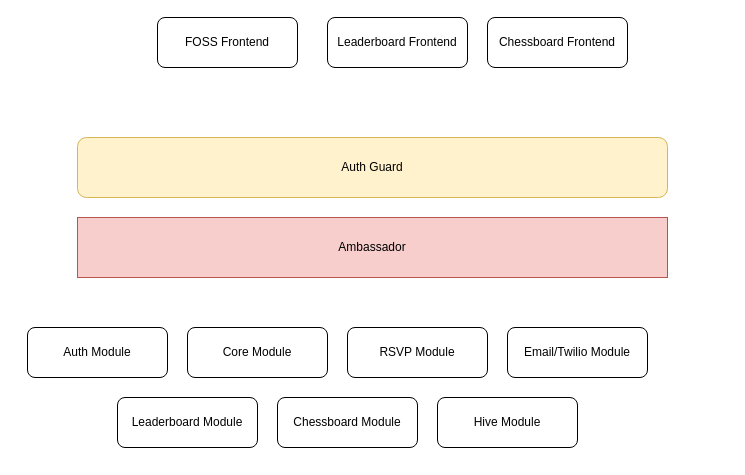
This is projects/architectures/overall-foss-system.drawio from sliit-foss/assets, a draw.io file, before an edit. Source tidied: cells renumbered, new cells numbered last; positions are measured from the earlier drawing's top-left corner, leaving out a move shared by most shapes. Both pictures are drawn from the tidied source at 100%, with x=0, y=0 at pixel (27, 17).
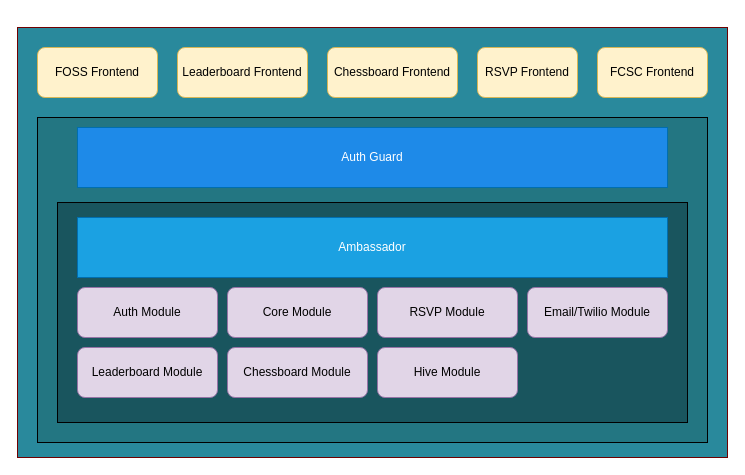
Above is the later version.

What changed in the source:
```diff
@@
 <mxGraphModel>
   <root>
     <mxCell id="0" />
     <mxCell id="1" parent="0" />
+    <mxCell id="14" style="rounded=0;whiteSpace=wrap;html=1;strokeColor=#6F0000;fontColor=#ffffff;fillColor=#29899C;" parent="1" vertex="1">
+      <mxGeometry x="-10" y="10" width="710" height="430" as="geometry" />
+    </mxCell>
+    <mxCell id="15" style="rounded=0;whiteSpace=wrap;html=1;shadow=0;fillColor=#237682;" parent="1" vertex="1">
+      <mxGeometry x="10" y="100" width="670" height="325" as="geometry" />
+    </mxCell>
+    <mxCell id="16" style="rounded=0;whiteSpace=wrap;html=1;fillColor=#19555E;" parent="1" vertex="1">
+      <mxGeometry x="30" y="185" width="630" height="220" as="geometry" />
+    </mxCell>
-    <mxCell id="2" value="Auth Guard" style="rounded=1;whiteSpace=wrap;html=1;fillColor=#fff2cc;strokeColor=#d6b656;" parent="1" vertex="1">
-      <mxGeometry x="50" y="120" width="590" height="60" as="geometry" />
+    <mxCell id="2" value="Auth Guard" style="rounded=0;whiteSpace=wrap;html=1;strokeColor=#006EAF;shadow=0;fontColor=#ffffff;fillColor=#1E8AE8;" parent="1" vertex="1">
+      <mxGeometry x="50" y="110" width="590" height="60" as="geometry" />
     </mxCell>
-    <mxCell id="3" value="Ambassador" style="rounded=0;whiteSpace=wrap;html=1;fillColor=#f8cecc;strokeColor=#b85450;" parent="1" vertex="1">
+    <mxCell id="3" value="Ambassador" style="rounded=0;whiteSpace=wrap;html=1;strokeColor=#006EAF;fillColor=#1ba1e2;fontColor=#ffffff;" parent="1" vertex="1">
       <mxGeometry x="50" y="200" width="590" height="60" as="geometry" />
     </mxCell>
-    <mxCell id="4" value="Auth Module" style="rounded=1;whiteSpace=wrap;html=1;" parent="1" vertex="1">
-      <mxGeometry y="310" width="140" height="50" as="geometry" />
+    <mxCell id="4" value="Auth Module" style="rounded=1;whiteSpace=wrap;html=1;fillColor=#e1d5e7;strokeColor=#9673a6;" parent="1" vertex="1">
+      <mxGeometry x="50" y="270" width="140" height="50" as="geometry" />
     </mxCell>
-    <mxCell id="5" value="Core Module" style="rounded=1;whiteSpace=wrap;html=1;" parent="1" vertex="1">
-      <mxGeometry x="160" y="310" width="140" height="50" as="geometry" />
+    <mxCell id="5" value="Core Module" style="rounded=1;whiteSpace=wrap;html=1;fillColor=#e1d5e7;strokeColor=#9673a6;" parent="1" vertex="1">
+      <mxGeometry x="200" y="270" width="140" height="50" as="geometry" />
     </mxCell>
-    <mxCell id="6" value="RSVP Module" style="rounded=1;whiteSpace=wrap;html=1;" parent="1" vertex="1">
-      <mxGeometry x="320" y="310" width="140" height="50" as="geometry" />
+    <mxCell id="6" value="RSVP Module" style="rounded=1;whiteSpace=wrap;html=1;fillColor=#e1d5e7;strokeColor=#9673a6;" parent="1" vertex="1">
+      <mxGeometry x="350" y="270" width="140" height="50" as="geometry" />
     </mxCell>
-    <mxCell id="7" value="Email/Twilio Module" style="rounded=1;whiteSpace=wrap;html=1;" parent="1" vertex="1">
-      <mxGeometry x="480" y="310" width="140" height="50" as="geometry" />
+    <mxCell id="7" value="Email/Twilio Module" style="rounded=1;whiteSpace=wrap;html=1;fillColor=#e1d5e7;strokeColor=#9673a6;" parent="1" vertex="1">
+      <mxGeometry x="500" y="270" width="140" height="50" as="geometry" />
     </mxCell>
-    <mxCell id="8" value="FOSS Frontend" style="rounded=1;whiteSpace=wrap;html=1;" parent="1" vertex="1">
-      <mxGeometry x="130" width="140" height="50" as="geometry" />
+    <mxCell id="8" value="FOSS Frontend" style="rounded=1;whiteSpace=wrap;html=1;fillColor=#fff2cc;strokeColor=#d6b656;" parent="1" vertex="1">
+      <mxGeometry x="10" y="30" width="120" height="50" as="geometry" />
     </mxCell>
-    <mxCell id="9" value="Leaderboard Module" style="rounded=1;whiteSpace=wrap;html=1;" parent="1" vertex="1">
-      <mxGeometry x="90" y="380" width="140" height="50" as="geometry" />
+    <mxCell id="9" value="Leaderboard Module" style="rounded=1;whiteSpace=wrap;html=1;fillColor=#e1d5e7;strokeColor=#9673a6;" parent="1" vertex="1">
+      <mxGeometry x="50" y="330" width="140" height="50" as="geometry" />
     </mxCell>
-    <mxCell id="10" value="Chessboard Module" style="rounded=1;whiteSpace=wrap;html=1;" parent="1" vertex="1">
-      <mxGeometry x="250" y="380" width="140" height="50" as="geometry" />
+    <mxCell id="10" value="Chessboard Module" style="rounded=1;whiteSpace=wrap;html=1;fillColor=#e1d5e7;strokeColor=#9673a6;" parent="1" vertex="1">
+      <mxGeometry x="200" y="330" width="140" height="50" as="geometry" />
     </mxCell>
-    <mxCell id="11" value="Leaderboard Frontend" style="rounded=1;whiteSpace=wrap;html=1;" parent="1" vertex="1">
-      <mxGeometry x="300" width="140" height="50" as="geometry" />
+    <mxCell id="11" value="Leaderboard Frontend" style="rounded=1;whiteSpace=wrap;html=1;fillColor=#fff2cc;strokeColor=#d6b656;" parent="1" vertex="1">
+      <mxGeometry x="150" y="30" width="130" height="50" as="geometry" />
     </mxCell>
-    <mxCell id="12" value="Chessboard Frontend" style="rounded=1;whiteSpace=wrap;html=1;" parent="1" vertex="1">
-      <mxGeometry x="460" width="140" height="50" as="geometry" />
+    <mxCell id="12" value="Chessboard Frontend" style="rounded=1;whiteSpace=wrap;html=1;fillColor=#fff2cc;strokeColor=#d6b656;" parent="1" vertex="1">
+      <mxGeometry x="300" y="30" width="130" height="50" as="geometry" />
     </mxCell>
-    <mxCell id="13" value="Hive Module" style="rounded=1;whiteSpace=wrap;html=1;" parent="1" vertex="1">
-      <mxGeometry x="410" y="380" width="140" height="50" as="geometry" />
+    <mxCell id="13" value="Hive Module" style="rounded=1;whiteSpace=wrap;html=1;fillColor=#e1d5e7;strokeColor=#9673a6;" parent="1" vertex="1">
+      <mxGeometry x="350" y="330" width="140" height="50" as="geometry" />
     </mxCell>
+    <mxCell id="17" value="RSVP Frontend" style="rounded=1;whiteSpace=wrap;html=1;fillColor=#fff2cc;strokeColor=#d6b656;" parent="1" vertex="1">
+      <mxGeometry x="450" y="30" width="100" height="50" as="geometry" />
+    </mxCell>
+    <mxCell id="18" value="FCSC Frontend" style="rounded=1;whiteSpace=wrap;html=1;fillColor=#fff2cc;strokeColor=#d6b656;" parent="1" vertex="1">
+      <mxGeometry x="570" y="30" width="110" height="50" as="geometry" />
+    </mxCell>
   </root>
 </mxGraphModel>
```
